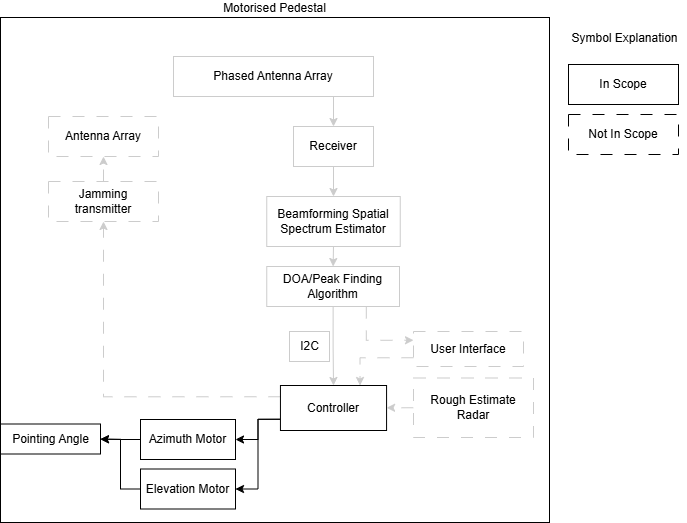
Above: gitfigures/system_design/project_scope_illustration_control.png in Niclasapdk/esd5_project (draw.io), before the change. Source tidied: cells renumbered, new cells last; positions are measured from the earlier drawing's top-left corner, leaving out a move shared by most shapes.
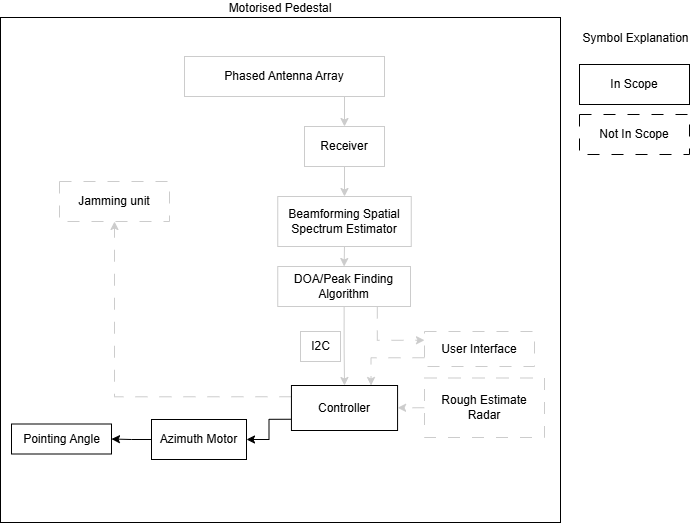
The same file after the commit.

Diff of the diagram source:
```diff
@@ -2,15 +2,15 @@
   <root>
     <mxCell id="0" />
     <mxCell id="1" parent="0" />
+    <mxCell id="31" value="Motorised Pedestal" style="rounded=0;whiteSpace=wrap;html=1;fillColor=none;strokeColor=#000000;labelPosition=center;verticalLabelPosition=top;align=center;verticalAlign=bottom;" parent="1" vertex="1">
+      <mxGeometry x="-11" width="560" height="505" as="geometry" />
+    </mxCell>
     <mxCell id="2" style="edgeStyle=orthogonalEdgeStyle;rounded=0;jettySize=auto;html=1;exitX=0.75;exitY=1;exitDx=0;exitDy=0;entryX=0.5;entryY=0;entryDx=0;entryDy=0;strokeColor=#CCCCCC;" parent="1" edge="1" source="3" target="6">
       <mxGeometry relative="1" as="geometry" />
     </mxCell>
     <mxCell id="3" value="Phased Antenna Array" style="rounded=0;whiteSpace=wrap;html=1;strokeColor=#CCCCCC;" parent="1" vertex="1">
       <mxGeometry x="173" y="39" width="200" height="40" as="geometry" />
     </mxCell>
-    <mxCell id="4" value="Antenna Array" style="rounded=0;whiteSpace=wrap;html=1;dashed=1;dashPattern=12 12;strokeColor=#CCCCCC;" parent="1" vertex="1">
-      <mxGeometry x="48" y="99" width="110" height="40" as="geometry" />
-    </mxCell>
     <mxCell id="5" style="edgeStyle=orthogonalEdgeStyle;rounded=0;jettySize=auto;html=1;exitX=0.5;exitY=1;exitDx=0;exitDy=0;entryX=0.5;entryY=0;entryDx=0;entryDy=0;strokeColor=#CCCCCC;" parent="1" edge="1" source="6" target="8">
       <mxGeometry relative="1" as="geometry" />
     </mxCell>
@@ -35,9 +35,6 @@
     <mxCell id="12" style="edgeStyle=orthogonalEdgeStyle;rounded=0;jettySize=auto;html=1;exitX=0;exitY=0.75;exitDx=0;exitDy=0;entryX=1;entryY=0.5;entryDx=0;entryDy=0;strokeColor=#000000;" parent="1" edge="1" source="15" target="17">
       <mxGeometry relative="1" as="geometry" />
     </mxCell>
-    <mxCell id="13" style="edgeStyle=orthogonalEdgeStyle;rounded=0;jettySize=auto;html=1;exitX=0;exitY=0.75;exitDx=0;exitDy=0;entryX=1;entryY=0.5;entryDx=0;entryDy=0;strokeColor=#000000;" parent="1" edge="1" source="15" target="18">
-      <mxGeometry relative="1" as="geometry" />
-    </mxCell>
     <mxCell id="14" style="edgeStyle=orthogonalEdgeStyle;rounded=0;jettySize=auto;html=1;exitX=0;exitY=0.25;exitDx=0;exitDy=0;entryX=0.5;entryY=1;entryDx=0;entryDy=0;dashed=1;dashPattern=12 12;strokeColor=#CCCCCC;" parent="1" edge="1" source="15" target="20">
       <mxGeometry relative="1" as="geometry" />
     </mxCell>
@@ -50,13 +47,7 @@
     <mxCell id="17" value="Azimuth Motor" style="rounded=0;whiteSpace=wrap;html=1;strokeColor=#000000;" parent="1" vertex="1">
       <mxGeometry x="140" y="402" width="95" height="40" as="geometry" />
     </mxCell>
-    <mxCell id="18" value="Elevation Motor" style="rounded=0;whiteSpace=wrap;html=1;strokeColor=#000000;" parent="1" vertex="1">
-      <mxGeometry x="140" y="451.5" width="95" height="40" as="geometry" />
-    </mxCell>
-    <mxCell id="19" style="edgeStyle=orthogonalEdgeStyle;rounded=0;jettySize=auto;html=1;exitX=0.5;exitY=0;exitDx=0;exitDy=0;entryX=0.5;entryY=1;entryDx=0;entryDy=0;dashed=1;dashPattern=12 12;strokeColor=#CCCCCC;" parent="1" edge="1" source="20" target="4">
-      <mxGeometry relative="1" as="geometry" />
-    </mxCell>
-    <mxCell id="20" value="Jamming transmitter" style="rounded=0;whiteSpace=wrap;html=1;dashed=1;dashPattern=12 12;strokeColor=#CCCCCC;" parent="1" vertex="1">
+    <mxCell id="20" value="Jamming unit" style="rounded=0;whiteSpace=wrap;html=1;dashed=1;dashPattern=12 12;strokeColor=#CCCCCC;" parent="1" vertex="1">
       <mxGeometry x="48" y="164" width="110" height="40" as="geometry" />
     </mxCell>
     <mxCell id="21" value="In Scope" style="rounded=0;whiteSpace=wrap;html=1;" parent="1" vertex="1">
@@ -77,9 +68,6 @@
     <mxCell id="26" value="Pointing Angle" style="text;html=1;align=center;verticalAlign=middle;points=[];strokeColor=#000000;fillColor=none;" parent="1" vertex="1">
       <mxGeometry y="406.5" width="100" height="30" as="geometry" />
     </mxCell>
-    <mxCell id="27" style="edgeStyle=orthogonalEdgeStyle;rounded=0;jettySize=auto;html=1;exitX=0;exitY=0.5;exitDx=0;exitDy=0;entryX=1;entryY=0.51;entryDx=0;entryDy=0;entryPerimeter=0;strokeColor=#000000;" parent="1" edge="1" source="18" target="26">
-      <mxGeometry relative="1" as="geometry" />
-    </mxCell>
     <mxCell id="28" style="edgeStyle=orthogonalEdgeStyle;rounded=0;jettySize=auto;html=1;exitX=0;exitY=0.5;exitDx=0;exitDy=0;entryX=1;entryY=0.5;entryDx=0;entryDy=0;dashed=1;dashPattern=12 12;strokeColor=#CCCCCC;" parent="1" edge="1" source="29" target="15">
       <mxGeometry relative="1" as="geometry" />
     </mxCell>
@@ -89,8 +77,5 @@
     <mxCell id="30" value="I2C" style="text;html=1;align=center;verticalAlign=middle;strokeColor=#CCCCCC;fillColor=none;" parent="1" vertex="1">
       <mxGeometry x="289" y="314" width="40" height="30" as="geometry" />
     </mxCell>
-    <mxCell id="31" value="Motorised Pedestal" style="rounded=0;whiteSpace=wrap;html=1;fillColor=none;strokeColor=#000000;labelPosition=center;verticalLabelPosition=top;align=center;verticalAlign=bottom;" parent="1" vertex="1">
-      <mxGeometry width="549" height="505" as="geometry" />
-    </mxCell>
   </root>
 </mxGraphModel>
```
